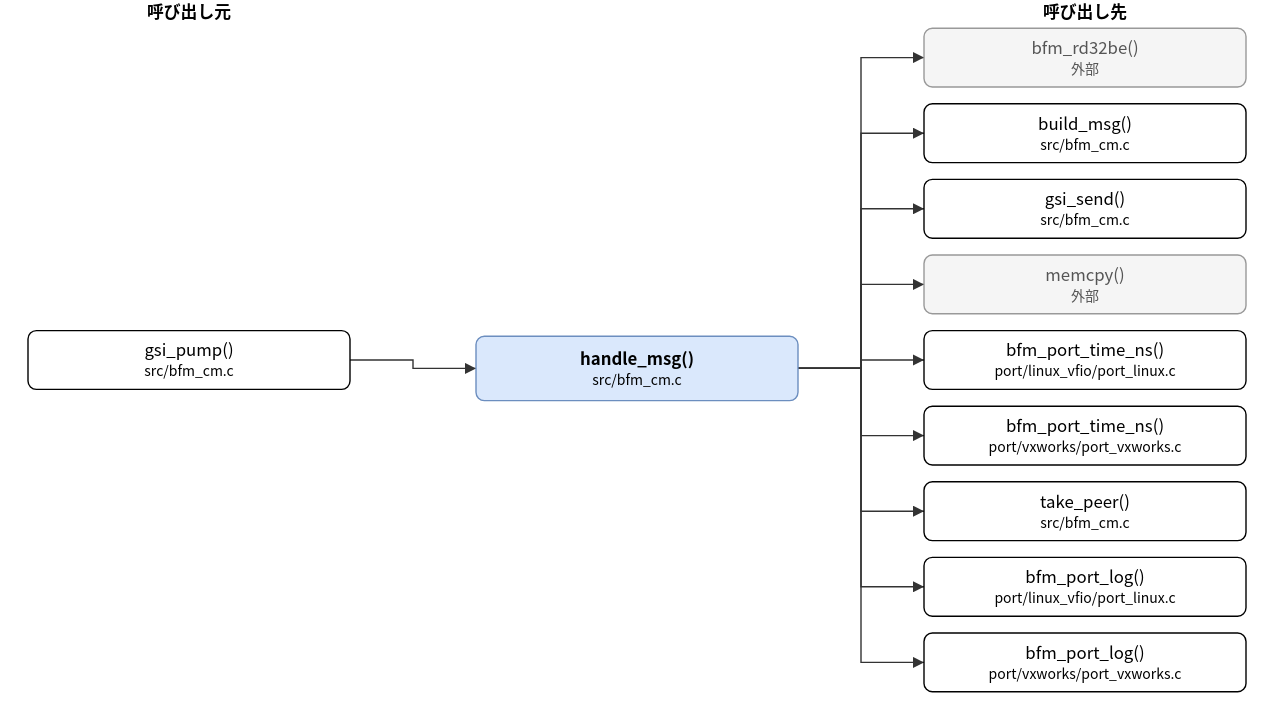
Before: doc/spec/images/call_src_bfm_cm-handle_msg.drawio.svg, a diagram exported from draw.io (hf355051012-ai/bfmem). Source tidied: cells renumbered, new cells last; positions are measured from the earlier drawing's top-left corner, leaving out a move shared by most shapes. The source it was exported from:
```xml
<mxGraphModel>
  <root>
    <mxCell id="0" />
    <mxCell id="1" parent="0" />
    <mxCell id="2" value="handle_msg()&lt;br&gt;&lt;font style=&quot;font-size:10px&quot;&gt;src/bfm_cm.c&lt;/font&gt;" style="rounded=1;whiteSpace=wrap;html=1;fillColor=#dae8fc;strokeColor=#6c8ebf;fontStyle=1;" parent="1" vertex="1">
      <mxGeometry x="320" y="240" width="230" height="46" as="geometry" />
    </mxCell>
    <mxCell id="3" value="gsi_pump()&lt;br&gt;&lt;font style=&quot;font-size:10px&quot;&gt;src/bfm_cm.c&lt;/font&gt;" style="rounded=1;whiteSpace=wrap;html=1;" parent="1" vertex="1">
      <mxGeometry y="236" width="230" height="42" as="geometry" />
    </mxCell>
    <mxCell id="4" value="bfm_rd32be()&lt;br&gt;&lt;font style=&quot;font-size:10px&quot;&gt;外部&lt;/font&gt;" style="rounded=1;whiteSpace=wrap;html=1;fillColor=#f5f5f5;strokeColor=#999999;fontColor=#555555;" parent="1" vertex="1">
      <mxGeometry x="640" y="20" width="230" height="42" as="geometry" />
    </mxCell>
    <mxCell id="5" value="build_msg()&lt;br&gt;&lt;font style=&quot;font-size:10px&quot;&gt;src/bfm_cm.c&lt;/font&gt;" style="rounded=1;whiteSpace=wrap;html=1;" parent="1" vertex="1">
      <mxGeometry x="640" y="74" width="230" height="42" as="geometry" />
    </mxCell>
    <mxCell id="6" value="gsi_send()&lt;br&gt;&lt;font style=&quot;font-size:10px&quot;&gt;src/bfm_cm.c&lt;/font&gt;" style="rounded=1;whiteSpace=wrap;html=1;" parent="1" vertex="1">
      <mxGeometry x="640" y="128" width="230" height="42" as="geometry" />
    </mxCell>
    <mxCell id="7" value="memcpy()&lt;br&gt;&lt;font style=&quot;font-size:10px&quot;&gt;外部&lt;/font&gt;" style="rounded=1;whiteSpace=wrap;html=1;fillColor=#f5f5f5;strokeColor=#999999;fontColor=#555555;" parent="1" vertex="1">
      <mxGeometry x="640" y="182" width="230" height="42" as="geometry" />
    </mxCell>
    <mxCell id="8" value="bfm_port_time_ns()&lt;br&gt;&lt;font style=&quot;font-size:10px&quot;&gt;port/linux_vfio/port_linux.c&lt;/font&gt;" style="rounded=1;whiteSpace=wrap;html=1;" parent="1" vertex="1">
      <mxGeometry x="640" y="236" width="230" height="42" as="geometry" />
    </mxCell>
    <mxCell id="9" value="bfm_port_time_ns()&lt;br&gt;&lt;font style=&quot;font-size:10px&quot;&gt;port/vxworks/port_vxworks.c&lt;/font&gt;" style="rounded=1;whiteSpace=wrap;html=1;" parent="1" vertex="1">
      <mxGeometry x="640" y="290" width="230" height="42" as="geometry" />
    </mxCell>
    <mxCell id="10" value="take_peer()&lt;br&gt;&lt;font style=&quot;font-size:10px&quot;&gt;src/bfm_cm.c&lt;/font&gt;" style="rounded=1;whiteSpace=wrap;html=1;" parent="1" vertex="1">
      <mxGeometry x="640" y="344" width="230" height="42" as="geometry" />
    </mxCell>
    <mxCell id="11" value="bfm_port_log()&lt;br&gt;&lt;font style=&quot;font-size:10px&quot;&gt;port/linux_vfio/port_linux.c&lt;/font&gt;" style="rounded=1;whiteSpace=wrap;html=1;" parent="1" vertex="1">
      <mxGeometry x="640" y="398" width="230" height="42" as="geometry" />
    </mxCell>
    <mxCell id="12" value="bfm_port_log()&lt;br&gt;&lt;font style=&quot;font-size:10px&quot;&gt;port/vxworks/port_vxworks.c&lt;/font&gt;" style="rounded=1;whiteSpace=wrap;html=1;" parent="1" vertex="1">
      <mxGeometry x="640" y="452" width="230" height="42" as="geometry" />
    </mxCell>
    <mxCell id="13" style="edgeStyle=none;html=1;rounded=0;endArrow=block;endFill=1;exitX=1.0000;exitY=0.5000;exitDx=0;exitDy=0;exitPerimeter=0;entryX=0.0000;entryY=0.5000;entryDx=0;entryDy=0;entryPerimeter=0;" parent="1" edge="1" source="3" target="2">
      <mxGeometry relative="1" as="geometry">
        <Array as="points">
          <mxPoint x="275" y="257" />
          <mxPoint x="275" y="263" />
        </Array>
      </mxGeometry>
    </mxCell>
    <mxCell id="14" style="edgeStyle=none;html=1;rounded=0;endArrow=block;endFill=1;exitX=1.0000;exitY=0.5000;exitDx=0;exitDy=0;exitPerimeter=0;entryX=0.0000;entryY=0.5000;entryDx=0;entryDy=0;entryPerimeter=0;" parent="1" edge="1" source="2" target="4">
      <mxGeometry relative="1" as="geometry">
        <Array as="points">
          <mxPoint x="595" y="263" />
          <mxPoint x="595" y="41" />
        </Array>
      </mxGeometry>
    </mxCell>
    <mxCell id="15" style="edgeStyle=none;html=1;rounded=0;endArrow=block;endFill=1;exitX=1.0000;exitY=0.5000;exitDx=0;exitDy=0;exitPerimeter=0;entryX=0.0000;entryY=0.5000;entryDx=0;entryDy=0;entryPerimeter=0;" parent="1" edge="1" source="2" target="5">
      <mxGeometry relative="1" as="geometry">
        <Array as="points">
          <mxPoint x="595" y="263" />
          <mxPoint x="595" y="95" />
        </Array>
      </mxGeometry>
    </mxCell>
    <mxCell id="16" style="edgeStyle=none;html=1;rounded=0;endArrow=block;endFill=1;exitX=1.0000;exitY=0.5000;exitDx=0;exitDy=0;exitPerimeter=0;entryX=0.0000;entryY=0.5000;entryDx=0;entryDy=0;entryPerimeter=0;" parent="1" edge="1" source="2" target="6">
      <mxGeometry relative="1" as="geometry">
        <Array as="points">
          <mxPoint x="595" y="263" />
          <mxPoint x="595" y="149" />
        </Array>
      </mxGeometry>
    </mxCell>
    <mxCell id="17" style="edgeStyle=none;html=1;rounded=0;endArrow=block;endFill=1;exitX=1.0000;exitY=0.5000;exitDx=0;exitDy=0;exitPerimeter=0;entryX=0.0000;entryY=0.5000;entryDx=0;entryDy=0;entryPerimeter=0;" parent="1" edge="1" source="2" target="7">
      <mxGeometry relative="1" as="geometry">
        <Array as="points">
          <mxPoint x="595" y="263" />
          <mxPoint x="595" y="203" />
        </Array>
      </mxGeometry>
    </mxCell>
    <mxCell id="18" style="edgeStyle=none;html=1;rounded=0;endArrow=block;endFill=1;exitX=1.0000;exitY=0.5000;exitDx=0;exitDy=0;exitPerimeter=0;entryX=0.0000;entryY=0.5000;entryDx=0;entryDy=0;entryPerimeter=0;" parent="1" edge="1" source="2" target="8">
      <mxGeometry relative="1" as="geometry">
        <Array as="points">
          <mxPoint x="595" y="263" />
          <mxPoint x="595" y="257" />
        </Array>
      </mxGeometry>
    </mxCell>
    <mxCell id="19" style="edgeStyle=none;html=1;rounded=0;endArrow=block;endFill=1;exitX=1.0000;exitY=0.5000;exitDx=0;exitDy=0;exitPerimeter=0;entryX=0.0000;entryY=0.5000;entryDx=0;entryDy=0;entryPerimeter=0;" parent="1" edge="1" source="2" target="9">
      <mxGeometry relative="1" as="geometry">
        <Array as="points">
          <mxPoint x="595" y="263" />
          <mxPoint x="595" y="311" />
        </Array>
      </mxGeometry>
    </mxCell>
    <mxCell id="20" style="edgeStyle=none;html=1;rounded=0;endArrow=block;endFill=1;exitX=1.0000;exitY=0.5000;exitDx=0;exitDy=0;exitPerimeter=0;entryX=0.0000;entryY=0.5000;entryDx=0;entryDy=0;entryPerimeter=0;" parent="1" edge="1" source="2" target="10">
      <mxGeometry relative="1" as="geometry">
        <Array as="points">
          <mxPoint x="595" y="263" />
          <mxPoint x="595" y="365" />
        </Array>
      </mxGeometry>
    </mxCell>
    <mxCell id="21" style="edgeStyle=none;html=1;rounded=0;endArrow=block;endFill=1;exitX=1.0000;exitY=0.5000;exitDx=0;exitDy=0;exitPerimeter=0;entryX=0.0000;entryY=0.5000;entryDx=0;entryDy=0;entryPerimeter=0;" parent="1" edge="1" source="2" target="11">
      <mxGeometry relative="1" as="geometry">
        <Array as="points">
          <mxPoint x="595" y="263" />
          <mxPoint x="595" y="419" />
        </Array>
      </mxGeometry>
    </mxCell>
    <mxCell id="22" style="edgeStyle=none;html=1;rounded=0;endArrow=block;endFill=1;exitX=1.0000;exitY=0.5000;exitDx=0;exitDy=0;exitPerimeter=0;entryX=0.0000;entryY=0.5000;entryDx=0;entryDy=0;entryPerimeter=0;" parent="1" edge="1" source="2" target="12">
      <mxGeometry relative="1" as="geometry">
        <Array as="points">
          <mxPoint x="595" y="263" />
          <mxPoint x="595" y="473" />
        </Array>
      </mxGeometry>
    </mxCell>
    <mxCell id="23" value="呼び出し元" style="text;html=1;align=center;fontStyle=1;" parent="1" vertex="1">
      <mxGeometry x="35" width="160" height="18" as="geometry" />
    </mxCell>
    <mxCell id="24" value="呼び出し先" style="text;html=1;align=center;fontStyle=1;" parent="1" vertex="1">
      <mxGeometry x="675" width="160" height="18" as="geometry" />
    </mxCell>
  </root>
</mxGraphModel>
```
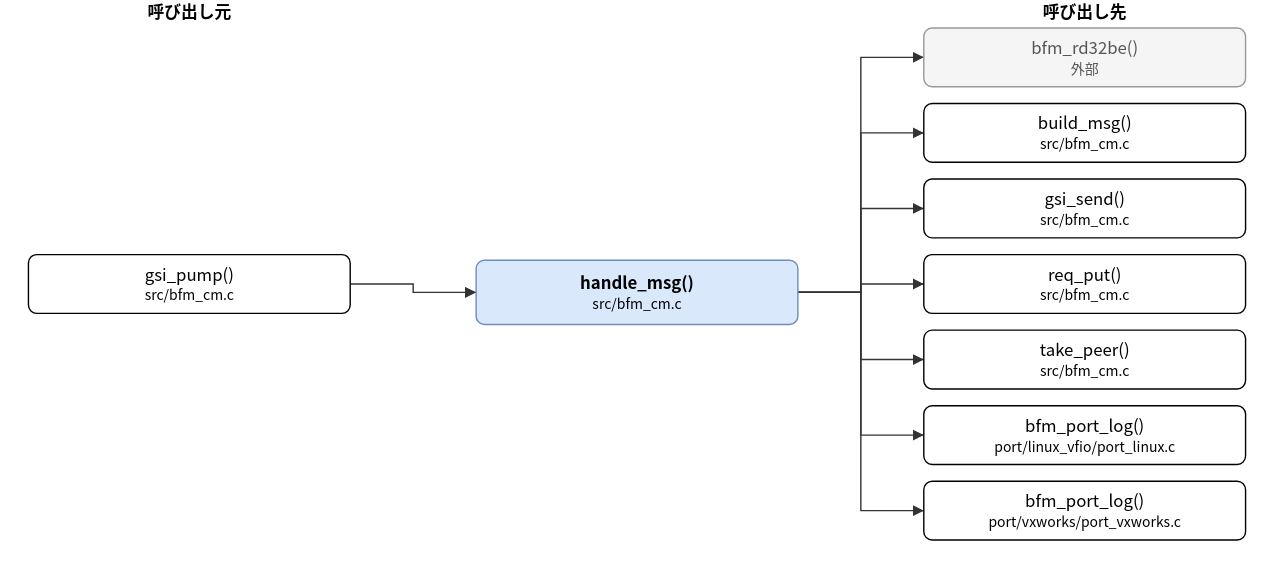
Above is the later version.

The edit, as a diff of the source:
```diff
@@ -3,10 +3,10 @@
     <mxCell id="0" />
     <mxCell id="1" parent="0" />
     <mxCell id="2" value="handle_msg()&lt;br&gt;&lt;font style=&quot;font-size:10px&quot;&gt;src/bfm_cm.c&lt;/font&gt;" style="rounded=1;whiteSpace=wrap;html=1;fillColor=#dae8fc;strokeColor=#6c8ebf;fontStyle=1;" parent="1" vertex="1">
-      <mxGeometry x="320" y="240" width="230" height="46" as="geometry" />
+      <mxGeometry x="320" y="186" width="230" height="46" as="geometry" />
     </mxCell>
     <mxCell id="3" value="gsi_pump()&lt;br&gt;&lt;font style=&quot;font-size:10px&quot;&gt;src/bfm_cm.c&lt;/font&gt;" style="rounded=1;whiteSpace=wrap;html=1;" parent="1" vertex="1">
-      <mxGeometry y="236" width="230" height="42" as="geometry" />
+      <mxGeometry y="182" width="230" height="42" as="geometry" />
     </mxCell>
     <mxCell id="4" value="bfm_rd32be()&lt;br&gt;&lt;font style=&quot;font-size:10px&quot;&gt;外部&lt;/font&gt;" style="rounded=1;whiteSpace=wrap;html=1;fillColor=#f5f5f5;strokeColor=#999999;fontColor=#555555;" parent="1" vertex="1">
       <mxGeometry x="640" y="20" width="230" height="42" as="geometry" />
@@ -17,36 +17,30 @@
     <mxCell id="6" value="gsi_send()&lt;br&gt;&lt;font style=&quot;font-size:10px&quot;&gt;src/bfm_cm.c&lt;/font&gt;" style="rounded=1;whiteSpace=wrap;html=1;" parent="1" vertex="1">
       <mxGeometry x="640" y="128" width="230" height="42" as="geometry" />
     </mxCell>
-    <mxCell id="7" value="memcpy()&lt;br&gt;&lt;font style=&quot;font-size:10px&quot;&gt;外部&lt;/font&gt;" style="rounded=1;whiteSpace=wrap;html=1;fillColor=#f5f5f5;strokeColor=#999999;fontColor=#555555;" parent="1" vertex="1">
+    <mxCell id="7" value="req_put()&lt;br&gt;&lt;font style=&quot;font-size:10px&quot;&gt;src/bfm_cm.c&lt;/font&gt;" style="rounded=1;whiteSpace=wrap;html=1;" parent="1" vertex="1">
       <mxGeometry x="640" y="182" width="230" height="42" as="geometry" />
     </mxCell>
-    <mxCell id="8" value="bfm_port_time_ns()&lt;br&gt;&lt;font style=&quot;font-size:10px&quot;&gt;port/linux_vfio/port_linux.c&lt;/font&gt;" style="rounded=1;whiteSpace=wrap;html=1;" parent="1" vertex="1">
+    <mxCell id="8" value="take_peer()&lt;br&gt;&lt;font style=&quot;font-size:10px&quot;&gt;src/bfm_cm.c&lt;/font&gt;" style="rounded=1;whiteSpace=wrap;html=1;" parent="1" vertex="1">
       <mxGeometry x="640" y="236" width="230" height="42" as="geometry" />
     </mxCell>
-    <mxCell id="9" value="bfm_port_time_ns()&lt;br&gt;&lt;font style=&quot;font-size:10px&quot;&gt;port/vxworks/port_vxworks.c&lt;/font&gt;" style="rounded=1;whiteSpace=wrap;html=1;" parent="1" vertex="1">
+    <mxCell id="9" value="bfm_port_log()&lt;br&gt;&lt;font style=&quot;font-size:10px&quot;&gt;port/linux_vfio/port_linux.c&lt;/font&gt;" style="rounded=1;whiteSpace=wrap;html=1;" parent="1" vertex="1">
       <mxGeometry x="640" y="290" width="230" height="42" as="geometry" />
     </mxCell>
-    <mxCell id="10" value="take_peer()&lt;br&gt;&lt;font style=&quot;font-size:10px&quot;&gt;src/bfm_cm.c&lt;/font&gt;" style="rounded=1;whiteSpace=wrap;html=1;" parent="1" vertex="1">
+    <mxCell id="10" value="bfm_port_log()&lt;br&gt;&lt;font style=&quot;font-size:10px&quot;&gt;port/vxworks/port_vxworks.c&lt;/font&gt;" style="rounded=1;whiteSpace=wrap;html=1;" parent="1" vertex="1">
       <mxGeometry x="640" y="344" width="230" height="42" as="geometry" />
     </mxCell>
-    <mxCell id="11" value="bfm_port_log()&lt;br&gt;&lt;font style=&quot;font-size:10px&quot;&gt;port/linux_vfio/port_linux.c&lt;/font&gt;" style="rounded=1;whiteSpace=wrap;html=1;" parent="1" vertex="1">
-      <mxGeometry x="640" y="398" width="230" height="42" as="geometry" />
-    </mxCell>
-    <mxCell id="12" value="bfm_port_log()&lt;br&gt;&lt;font style=&quot;font-size:10px&quot;&gt;port/vxworks/port_vxworks.c&lt;/font&gt;" style="rounded=1;whiteSpace=wrap;html=1;" parent="1" vertex="1">
-      <mxGeometry x="640" y="452" width="230" height="42" as="geometry" />
-    </mxCell>
     <mxCell id="13" style="edgeStyle=none;html=1;rounded=0;endArrow=block;endFill=1;exitX=1.0000;exitY=0.5000;exitDx=0;exitDy=0;exitPerimeter=0;entryX=0.0000;entryY=0.5000;entryDx=0;entryDy=0;entryPerimeter=0;" parent="1" edge="1" source="3" target="2">
       <mxGeometry relative="1" as="geometry">
         <Array as="points">
-          <mxPoint x="275" y="257" />
-          <mxPoint x="275" y="263" />
+          <mxPoint x="275" y="203" />
+          <mxPoint x="275" y="209" />
         </Array>
       </mxGeometry>
     </mxCell>
     <mxCell id="14" style="edgeStyle=none;html=1;rounded=0;endArrow=block;endFill=1;exitX=1.0000;exitY=0.5000;exitDx=0;exitDy=0;exitPerimeter=0;entryX=0.0000;entryY=0.5000;entryDx=0;entryDy=0;entryPerimeter=0;" parent="1" edge="1" source="2" target="4">
       <mxGeometry relative="1" as="geometry">
         <Array as="points">
-          <mxPoint x="595" y="263" />
+          <mxPoint x="595" y="209" />
           <mxPoint x="595" y="41" />
         </Array>
       </mxGeometry>
@@ -54,7 +48,7 @@
     <mxCell id="15" style="edgeStyle=none;html=1;rounded=0;endArrow=block;endFill=1;exitX=1.0000;exitY=0.5000;exitDx=0;exitDy=0;exitPerimeter=0;entryX=0.0000;entryY=0.5000;entryDx=0;entryDy=0;entryPerimeter=0;" parent="1" edge="1" source="2" target="5">
       <mxGeometry relative="1" as="geometry">
         <Array as="points">
-          <mxPoint x="595" y="263" />
+          <mxPoint x="595" y="209" />
           <mxPoint x="595" y="95" />
         </Array>
       </mxGeometry>
@@ -62,7 +56,7 @@
     <mxCell id="16" style="edgeStyle=none;html=1;rounded=0;endArrow=block;endFill=1;exitX=1.0000;exitY=0.5000;exitDx=0;exitDy=0;exitPerimeter=0;entryX=0.0000;entryY=0.5000;entryDx=0;entryDy=0;entryPerimeter=0;" parent="1" edge="1" source="2" target="6">
       <mxGeometry relative="1" as="geometry">
         <Array as="points">
-          <mxPoint x="595" y="263" />
+          <mxPoint x="595" y="209" />
           <mxPoint x="595" y="149" />
         </Array>
       </mxGeometry>
@@ -70,7 +64,7 @@
     <mxCell id="17" style="edgeStyle=none;html=1;rounded=0;endArrow=block;endFill=1;exitX=1.0000;exitY=0.5000;exitDx=0;exitDy=0;exitPerimeter=0;entryX=0.0000;entryY=0.5000;entryDx=0;entryDy=0;entryPerimeter=0;" parent="1" edge="1" source="2" target="7">
       <mxGeometry relative="1" as="geometry">
         <Array as="points">
-          <mxPoint x="595" y="263" />
+          <mxPoint x="595" y="209" />
           <mxPoint x="595" y="203" />
         </Array>
       </mxGeometry>
@@ -78,7 +72,7 @@
     <mxCell id="18" style="edgeStyle=none;html=1;rounded=0;endArrow=block;endFill=1;exitX=1.0000;exitY=0.5000;exitDx=0;exitDy=0;exitPerimeter=0;entryX=0.0000;entryY=0.5000;entryDx=0;entryDy=0;entryPerimeter=0;" parent="1" edge="1" source="2" target="8">
       <mxGeometry relative="1" as="geometry">
         <Array as="points">
-          <mxPoint x="595" y="263" />
+          <mxPoint x="595" y="209" />
           <mxPoint x="595" y="257" />
         </Array>
       </mxGeometry>
@@ -86,7 +80,7 @@
     <mxCell id="19" style="edgeStyle=none;html=1;rounded=0;endArrow=block;endFill=1;exitX=1.0000;exitY=0.5000;exitDx=0;exitDy=0;exitPerimeter=0;entryX=0.0000;entryY=0.5000;entryDx=0;entryDy=0;entryPerimeter=0;" parent="1" edge="1" source="2" target="9">
       <mxGeometry relative="1" as="geometry">
         <Array as="points">
-          <mxPoint x="595" y="263" />
+          <mxPoint x="595" y="209" />
           <mxPoint x="595" y="311" />
         </Array>
       </mxGeometry>
@@ -94,27 +88,11 @@
     <mxCell id="20" style="edgeStyle=none;html=1;rounded=0;endArrow=block;endFill=1;exitX=1.0000;exitY=0.5000;exitDx=0;exitDy=0;exitPerimeter=0;entryX=0.0000;entryY=0.5000;entryDx=0;entryDy=0;entryPerimeter=0;" parent="1" edge="1" source="2" target="10">
       <mxGeometry relative="1" as="geometry">
         <Array as="points">
-          <mxPoint x="595" y="263" />
+          <mxPoint x="595" y="209" />
           <mxPoint x="595" y="365" />
         </Array>
       </mxGeometry>
     </mxCell>
-    <mxCell id="21" style="edgeStyle=none;html=1;rounded=0;endArrow=block;endFill=1;exitX=1.0000;exitY=0.5000;exitDx=0;exitDy=0;exitPerimeter=0;entryX=0.0000;entryY=0.5000;entryDx=0;entryDy=0;entryPerimeter=0;" parent="1" edge="1" source="2" target="11">
-      <mxGeometry relative="1" as="geometry">
-        <Array as="points">
-          <mxPoint x="595" y="263" />
-          <mxPoint x="595" y="419" />
-        </Array>
-      </mxGeometry>
-    </mxCell>
-    <mxCell id="22" style="edgeStyle=none;html=1;rounded=0;endArrow=block;endFill=1;exitX=1.0000;exitY=0.5000;exitDx=0;exitDy=0;exitPerimeter=0;entryX=0.0000;entryY=0.5000;entryDx=0;entryDy=0;entryPerimeter=0;" parent="1" edge="1" source="2" target="12">
-      <mxGeometry relative="1" as="geometry">
-        <Array as="points">
-          <mxPoint x="595" y="263" />
-          <mxPoint x="595" y="473" />
-        </Array>
-      </mxGeometry>
-    </mxCell>
     <mxCell id="23" value="呼び出し元" style="text;html=1;align=center;fontStyle=1;" parent="1" vertex="1">
       <mxGeometry x="35" width="160" height="18" as="geometry" />
     </mxCell>
```
